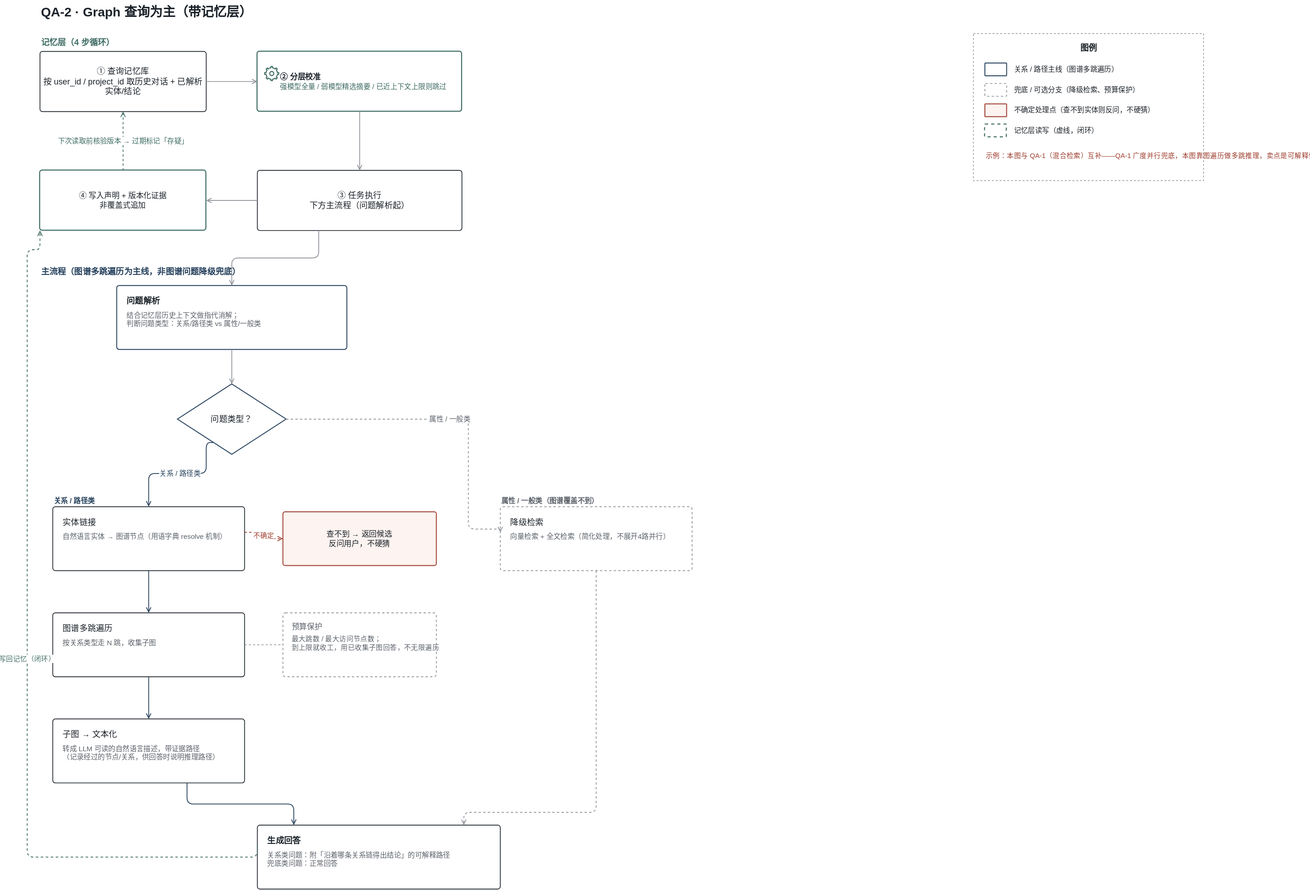
tiand23/AICompass keeps this draw.io diagram as docs/public/diagrams/qa-02-graph-first.svg. Above is the earlier version. Source tidied: cells renumbered, new cells last; positions are measured from the earlier drawing's top-left corner, leaving out a move shared by most shapes.
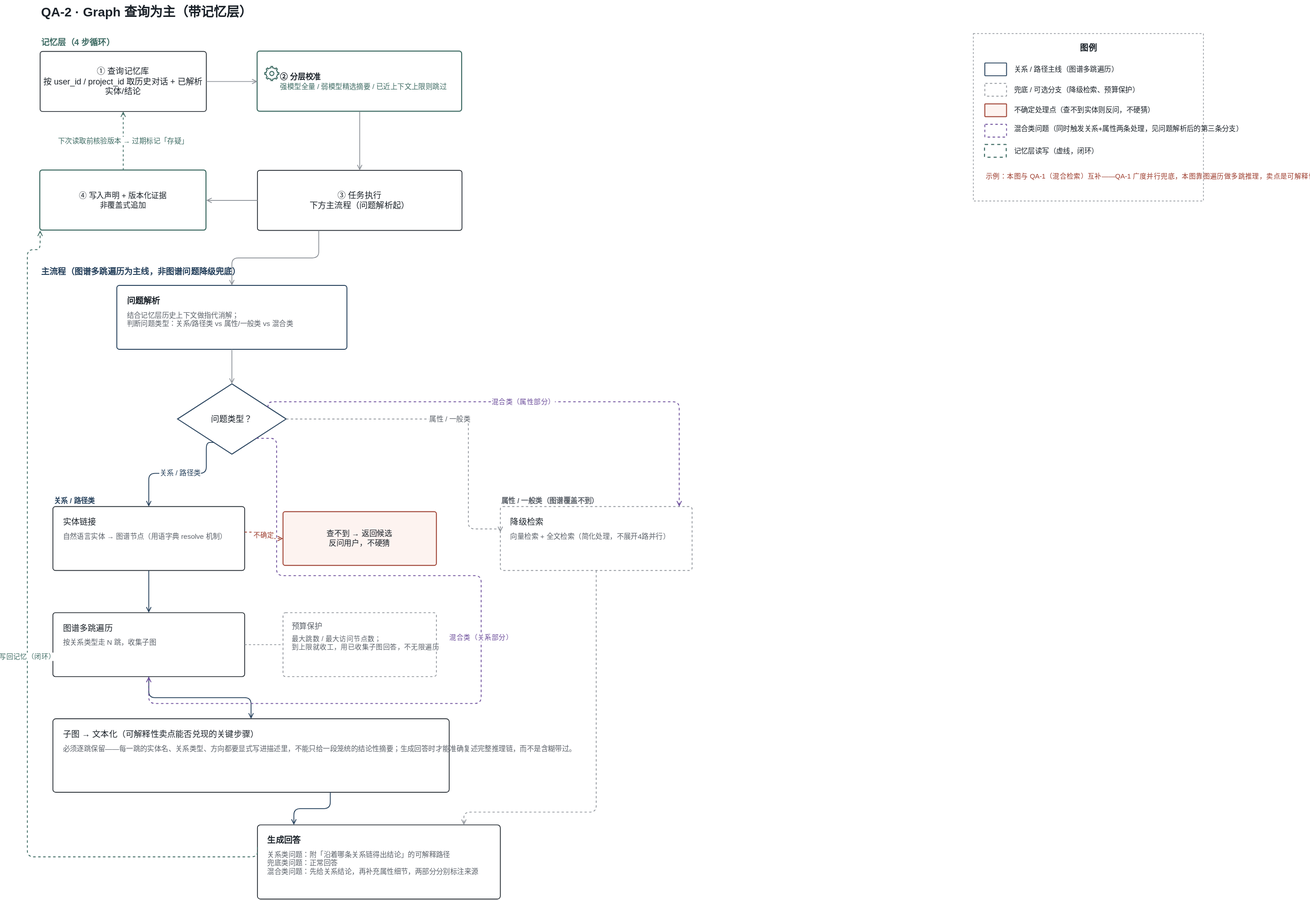
The same file after the commit.

The edit, as a diff of the source:
```diff
@@ -41,7 +41,7 @@
     <mxCell id="14" value="问题解析" style="rounded=1;arcSize=4;whiteSpace=wrap;html=1;fillColor=#FFFFFF;strokeColor=#26415C;strokeWidth=1.4;fontSize=13;fontColor=#1B2229;fontFamily=Helvetica;fontStyle=1;align=left;verticalAlign=top;spacingLeft=14;spacingTop=10;" parent="1" vertex="1">
       <mxGeometry x="140" y="446" width="360" height="100" as="geometry" />
     </mxCell>
-    <mxCell id="15" value="结合记忆层历史上下文做指代消解；&#10;判断问题类型：关系/路径类 vs 属性/一般类" style="text;html=1;fontSize=11;fontColor=#5B6169;align=left;fontFamily=Helvetica;" parent="1" vertex="1">
+    <mxCell id="15" value="结合记忆层历史上下文做指代消解；&#10;判断问题类型：关系/路径类 vs 属性/一般类 vs 混合类" style="text;html=1;fontSize=11;fontColor=#5B6169;align=left;fontFamily=Helvetica;" parent="1" vertex="1">
       <mxGeometry x="154" y="480" width="332" height="60" as="geometry" />
     </mxCell>
     <mxCell id="16" value="问题类型？" style="rhombus;whiteSpace=wrap;html=1;fillColor=#FFFFFF;strokeColor=#26415C;strokeWidth=1.4;fontSize=13;fontColor=#1B2229;fontFamily=Helvetica;" parent="1" vertex="1">
@@ -77,11 +77,11 @@
     <mxCell id="26" style="edgeStyle=orthogonalEdgeStyle;rounded=1;html=1;dashed=1;strokeWidth=1.1;strokeColor=#8A8F96;endArrow=none;exitX=1;exitY=0.5;entryX=0;entryY=0.5;" parent="1" edge="1" source="22" target="24">
       <mxGeometry relative="1" as="geometry" />
     </mxCell>
-    <mxCell id="27" value="子图 → 文本化" style="rounded=1;arcSize=4;whiteSpace=wrap;html=1;fillColor=#FFFFFF;strokeColor=#1B2229;strokeWidth=1.2;fontSize=13;fontColor=#1B2229;fontFamily=Helvetica;align=left;verticalAlign=top;spacingLeft=14;spacingTop=10;" parent="1" vertex="1">
-      <mxGeometry x="40" y="1124" width="300" height="100" as="geometry" />
+    <mxCell id="27" value="子图 → 文本化（可解释性卖点能否兑现的关键步骤）" style="rounded=1;arcSize=4;whiteSpace=wrap;html=1;fillColor=#FFFFFF;strokeColor=#1B2229;strokeWidth=1.2;fontSize=13;fontColor=#1B2229;fontFamily=Helvetica;align=left;verticalAlign=top;spacingLeft=14;spacingTop=10;" parent="1" vertex="1">
+      <mxGeometry x="40" y="1124" width="620" height="115" as="geometry" />
     </mxCell>
-    <mxCell id="28" value="转成 LLM 可读的自然语言描述，带证据路径&#10;（记录经过的节点/关系，供回答时说明推理路径）" style="text;html=1;fontSize=11;fontColor=#5B6169;align=left;fontFamily=Helvetica;" parent="1" vertex="1">
-      <mxGeometry x="54" y="1158" width="272" height="60" as="geometry" />
+    <mxCell id="28" value="必须逐跳保留——每一跳的实体名、关系类型、方向都要显式写进描述里，不能只给一段笼统的结论性摘要；生成回答时才能准确复述完整推理链，而不是含糊带过。" style="text;html=1;fontSize=11;fontColor=#5B6169;align=left;fontFamily=Helvetica;" parent="1" vertex="1">
+      <mxGeometry x="54" y="1158" width="590" height="70" as="geometry" />
     </mxCell>
     <mxCell id="29" style="edgeStyle=orthogonalEdgeStyle;rounded=1;html=1;strokeWidth=1.3;strokeColor=#26415C;endArrow=open;endFill=0;exitX=0.5;exitY=1;entryX=0.5;entryY=0;" parent="1" edge="1" source="18" target="22">
       <mxGeometry relative="1" as="geometry" />
@@ -114,11 +114,28 @@
         </Array>
       </mxGeometry>
     </mxCell>
+    <mxCell id="54" value="混合类（关系部分）" style="edgeStyle=orthogonalEdgeStyle;rounded=1;html=1;dashed=1;strokeWidth=1.3;strokeColor=#6B4C9A;fontColor=#6B4C9A;endArrow=open;endFill=0;labelBackgroundColor=#FFFFFF;fontSize=10.5;exitX=0.91;exitY=1;entryX=0.5;entryY=1;" parent="1" edge="1" source="16" target="22">
+      <mxGeometry relative="1" as="geometry">
+        <Array as="points">
+          <mxPoint x="390" y="900" />
+          <mxPoint x="710" y="900" />
+          <mxPoint x="710" y="1100" />
+          <mxPoint x="190" y="1100" />
+        </Array>
+      </mxGeometry>
+    </mxCell>
+    <mxCell id="55" value="混合类（属性部分）" style="edgeStyle=orthogonalEdgeStyle;rounded=1;html=1;dashed=1;strokeWidth=1.3;strokeColor=#6B4C9A;fontColor=#6B4C9A;endArrow=open;endFill=0;labelBackgroundColor=#FFFFFF;fontSize=10.5;exitX=1;exitY=0.25;entryX=0.933;entryY=0;" parent="1" edge="1" source="16" target="32">
+      <mxGeometry relative="1" as="geometry">
+        <Array as="points">
+          <mxPoint x="1020" y="628" />
+        </Array>
+      </mxGeometry>
+    </mxCell>
     <mxCell id="36" value="生成回答" style="rounded=1;arcSize=4;whiteSpace=wrap;html=1;fillColor=#FFFFFF;strokeColor=#1B2229;strokeWidth=1.2;fontSize=13;fontColor=#1B2229;fontFamily=Helvetica;fontStyle=1;align=left;verticalAlign=top;spacingLeft=14;spacingTop=10;" parent="1" vertex="1">
-      <mxGeometry x="360" y="1290" width="380" height="100" as="geometry" />
+      <mxGeometry x="360" y="1290" width="380" height="116" as="geometry" />
     </mxCell>
-    <mxCell id="37" value="关系类问题：附「沿着哪条关系链得出结论」的可解释路径&#10;兜底类问题：正常回答" style="text;html=1;fontSize=11;fontColor=#5B6169;align=left;fontFamily=Helvetica;" parent="1" vertex="1">
-      <mxGeometry x="374" y="1324" width="352" height="60" as="geometry" />
+    <mxCell id="37" value="关系类问题：附「沿着哪条关系链得出结论」的可解释路径&#10;兜底类问题：正常回答&#10;混合类问题：先给关系结论，再补充属性细节，两部分分别标注来源" style="text;html=1;fontSize=11;fontColor=#5B6169;align=left;fontFamily=Helvetica;" parent="1" vertex="1">
+      <mxGeometry x="374" y="1324" width="352" height="76" as="geometry" />
     </mxCell>
     <mxCell id="38" style="edgeStyle=orthogonalEdgeStyle;rounded=1;html=1;strokeWidth=1.3;strokeColor=#26415C;endArrow=open;endFill=0;exitX=0.7;exitY=1;entryX=0.15;entryY=0;" parent="1" edge="1" source="27" target="36">
       <mxGeometry relative="1" as="geometry" />
@@ -145,7 +162,7 @@
       </mxGeometry>
     </mxCell>
     <mxCell id="43" style="rounded=0;whiteSpace=wrap;html=1;fillColor=none;strokeColor=#8A8F96;strokeWidth=1;dashed=1;fontFamily=Helvetica;" parent="1" vertex="1">
-      <mxGeometry x="1480" y="52" width="360" height="230" as="geometry" />
+      <mxGeometry x="1480" y="52" width="360" height="262" as="geometry" />
     </mxCell>
     <mxCell id="44" value="图例" style="text;html=1;fontSize=13;fontStyle=1;fontColor=#1B2229;align=center;fontFamily=Helvetica;" parent="1" vertex="1">
       <mxGeometry x="1480" y="60" width="360" height="24" as="geometry" />
@@ -168,14 +185,20 @@
     <mxCell id="50" value="不确定处理点（查不到实体则反问，不硬猜）" style="text;html=1;fontSize=11;fontColor=#1B2229;align=left;fontFamily=Helvetica;" parent="1" vertex="1">
       <mxGeometry x="1542" y="159" width="290" height="26" as="geometry" />
     </mxCell>
+    <mxCell id="56" style="rounded=1;arcSize=4;whiteSpace=wrap;html=1;dashed=1;fillColor=#FFFFFF;strokeColor=#6B4C9A;strokeWidth=1.3;" parent="1" vertex="1">
+      <mxGeometry x="1498" y="194" width="34" height="20" as="geometry" />
+    </mxCell>
+    <mxCell id="57" value="混合类问题（同时触发关系+属性两条处理，见问题解析后的第三条分支）" style="text;html=1;fontSize=11;fontColor=#1B2229;align=left;fontFamily=Helvetica;" parent="1" vertex="1">
+      <mxGeometry x="1542" y="188" width="290" height="32" as="geometry" />
+    </mxCell>
     <mxCell id="51" style="rounded=1;arcSize=4;whiteSpace=wrap;html=1;fillColor=#FFFFFF;strokeColor=#3E6B63;strokeWidth=1.6;dashed=1;" parent="1" vertex="1">
-      <mxGeometry x="1498" y="194" width="34" height="20" as="geometry" />
+      <mxGeometry x="1498" y="226" width="34" height="20" as="geometry" />
     </mxCell>
     <mxCell id="52" value="记忆层读写（虚线，闭环）" style="text;html=1;fontSize=11;fontColor=#1B2229;align=left;fontFamily=Helvetica;" parent="1" vertex="1">
-      <mxGeometry x="1542" y="191" width="290" height="26" as="geometry" />
+      <mxGeometry x="1542" y="223" width="290" height="26" as="geometry" />
     </mxCell>
     <mxCell id="53" value="示例：本图与 QA-1（混合检索）互补——QA-1 广度并行兜底，本图靠图遍历做多跳推理，卖点是可解释性。" style="text;html=1;fontSize=10.5;fontColor=#9C3B2C;align=left;fontFamily=Helvetica;" parent="1" vertex="1">
-      <mxGeometry x="1498" y="230" width="326" height="46" as="geometry" />
+      <mxGeometry x="1498" y="262" width="326" height="46" as="geometry" />
     </mxCell>
   </root>
 </mxGraphModel>
```
